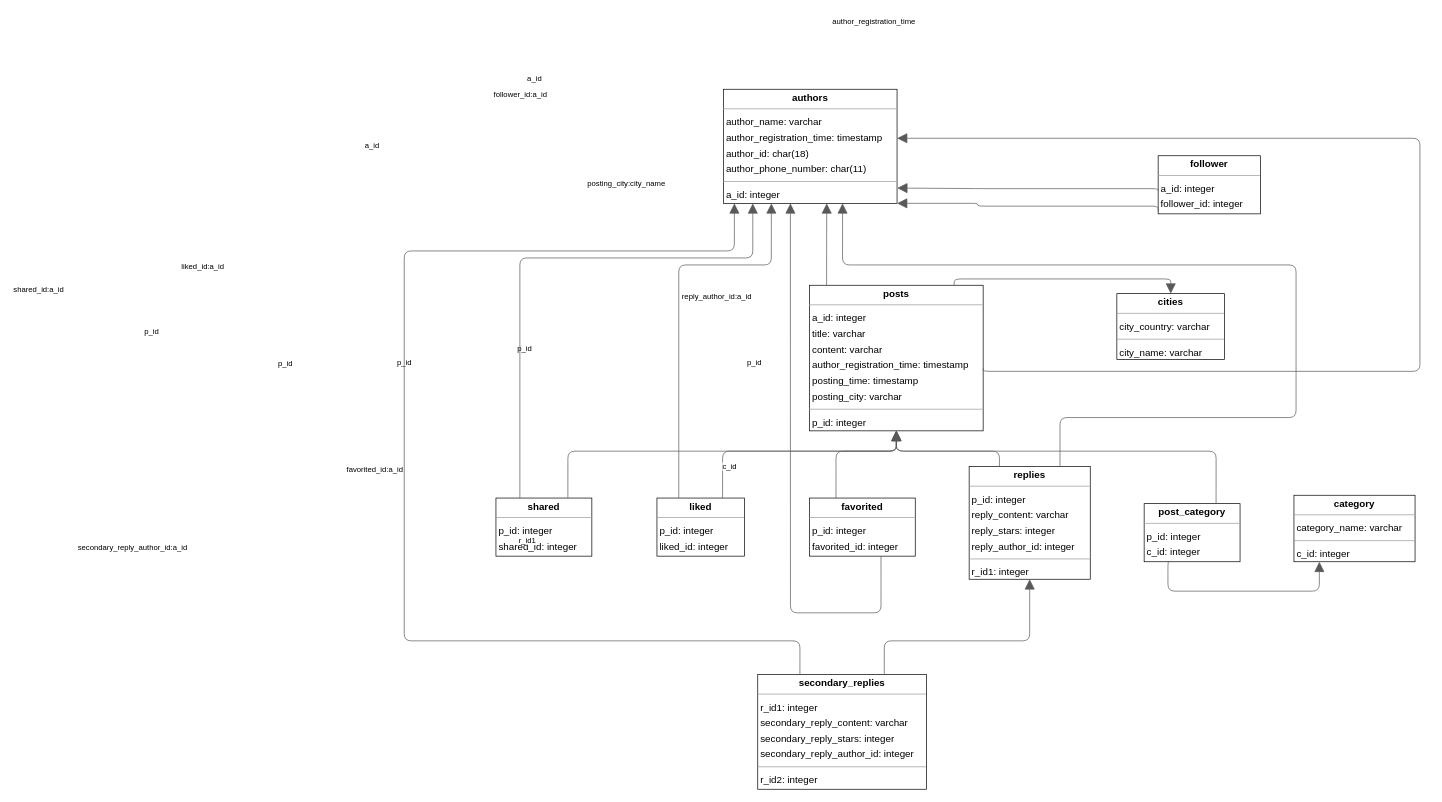
The draw.io diagram Project1_Docs/Project1_Report/img/Project1_DataGrip.drawio in OctCarp/SUSTech_CS307-DB_2023s_Projects, before the edit. Source tidied: cells renumbered, new cells numbered last; positions are measured from the earlier drawing's top-left corner, leaving out a move shared by most shapes. Both pictures are drawn from the tidied source at 70%, with x=0, y=0 at pixel (404, 89).
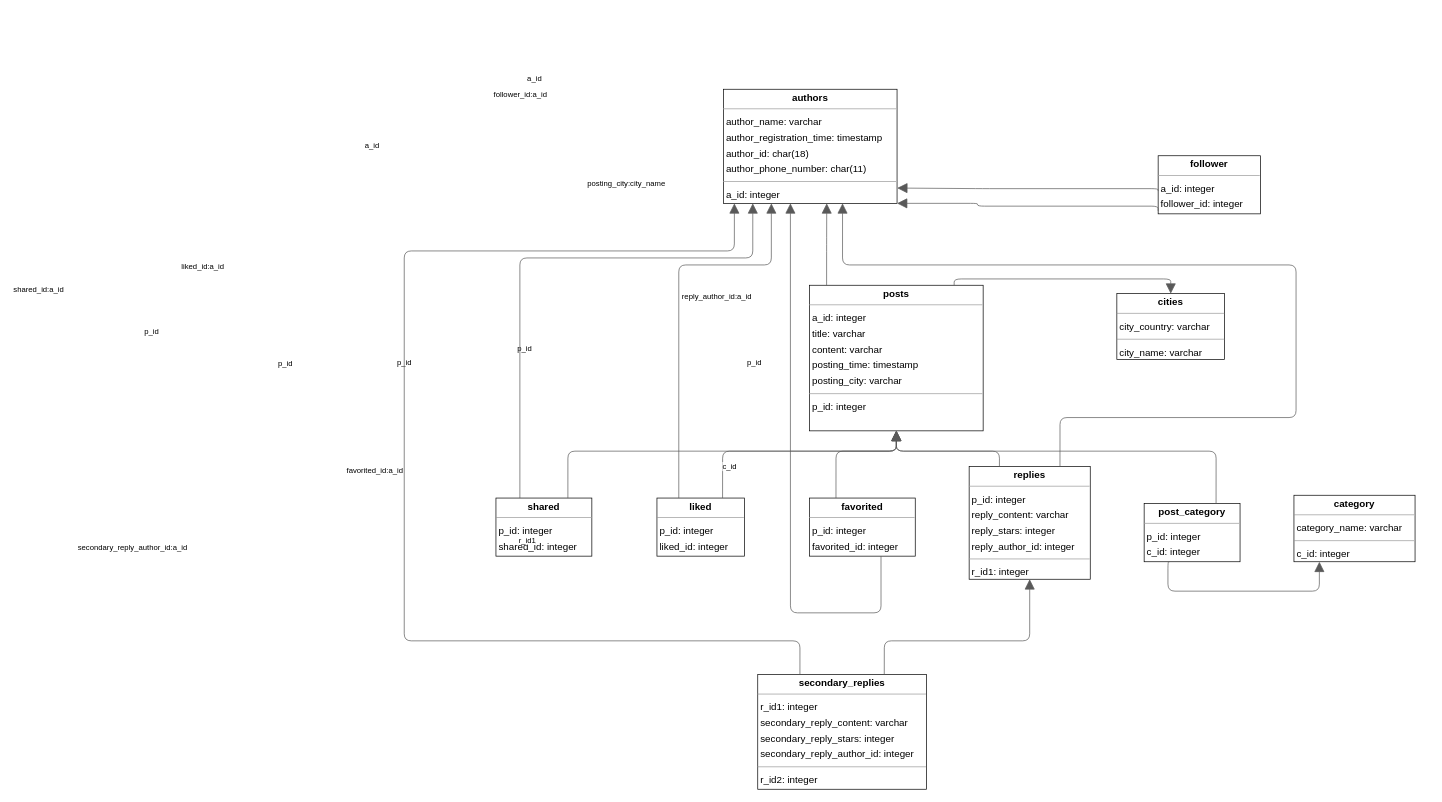
The same page after the edit.

Commit message (it also covers changes not shown here):
refactor: delete author_registration_time from table posts

Unchanged cells that the change refers to:
```xml
<mxCell id="2" value="&lt;p style=&quot;margin:0px;margin-top:4px;text-align:center;&quot;&gt;&lt;b&gt;authors&lt;/b&gt;&lt;/p&gt;&lt;hr size=&quot;1&quot;/&gt;&lt;p style=&quot;margin:0 0 0 4px;line-height:1.6;&quot;&gt; author_name: varchar&lt;br/&gt; author_registration_time: timestamp&lt;br/&gt; author_id: char(18)&lt;br/&gt; author_phone_number: char(11)&lt;/p&gt;&lt;hr size=&quot;1&quot;/&gt;&lt;p style=&quot;margin:0 0 0 4px;line-height:1.6;&quot;&gt; a_id: integer&lt;/p&gt;" style="verticalAlign=top;align=left;overflow=fill;fontSize=14;fontFamily=Helvetica;html=1;rounded=0;shadow=0;comic=0;labelBackgroundColor=none;strokeWidth=1;" parent="1" vertex="1">
  <mxGeometry x="456" width="248" height="163" as="geometry" />
</mxCell>
```

Diff of the diagram source:
```diff
@@
-    <mxCell id="9" value="&lt;p style=&quot;margin:0px;margin-top:4px;text-align:center;&quot;&gt;&lt;b&gt;posts&lt;/b&gt;&lt;/p&gt;&lt;hr size=&quot;1&quot;/&gt;&lt;p style=&quot;margin:0 0 0 4px;line-height:1.6;&quot;&gt; a_id: integer&lt;br/&gt; title: varchar&lt;br/&gt; content: varchar&lt;br/&gt; author_registration_time: timestamp&lt;br/&gt; posting_time: timestamp&lt;br/&gt; posting_city: varchar&lt;/p&gt;&lt;hr size=&quot;1&quot;/&gt;&lt;p style=&quot;margin:0 0 0 4px;line-height:1.6;&quot;&gt; p_id: integer&lt;/p&gt;" style="verticalAlign=top;align=left;overflow=fill;fontSize=14;fontFamily=Helvetica;html=1;rounded=0;shadow=0;comic=0;labelBackgroundColor=none;strokeWidth=1;" parent="1" vertex="1">
+    <mxCell id="9" value="&lt;p style=&quot;margin:0px;margin-top:4px;text-align:center;&quot;&gt;&lt;b&gt;posts&lt;/b&gt;&lt;/p&gt;&lt;hr size=&quot;1&quot;&gt;&lt;p style=&quot;margin:0 0 0 4px;line-height:1.6;&quot;&gt; a_id: integer&lt;br&gt; title: varchar&lt;br&gt; content: varchar&lt;br&gt; posting_time: timestamp&lt;br&gt; posting_city: varchar&lt;/p&gt;&lt;hr size=&quot;1&quot;&gt;&lt;p style=&quot;margin:0 0 0 4px;line-height:1.6;&quot;&gt; p_id: integer&lt;/p&gt;" style="verticalAlign=top;align=left;overflow=fill;fontSize=14;fontFamily=Helvetica;html=1;rounded=0;shadow=0;comic=0;labelBackgroundColor=none;strokeWidth=1;" parent="1" vertex="1">
       <mxGeometry x="579" y="280" width="248" height="208" as="geometry" />
     </mxCell>
@@
-    <mxCell id="29" style="html=1;rounded=1;edgeStyle=orthogonalEdgeStyle;dashed=0;startArrow=none;endArrow=block;endSize=12;strokeColor=#595959;exitX=1.002;exitY=0.573;exitDx=0;exitDy=0;" parent="1" edge="1" source="9" target="2">
-      <mxGeometry relative="1" as="geometry">
-        <Array as="points">
-          <mxPoint x="827" y="403" />
-          <mxPoint x="1451" y="403" />
-          <mxPoint x="1451" y="70" />
-        </Array>
-      </mxGeometry>
-    </mxCell>
-    <mxCell id="30" value="author_registration_time" style="edgeLabel;html=1;align=left;verticalAlign=top;strokeColor=default;" parent="29" vertex="1">
-      <mxGeometry x="610" y="-110" as="geometry" />
-    </mxCell>
```
